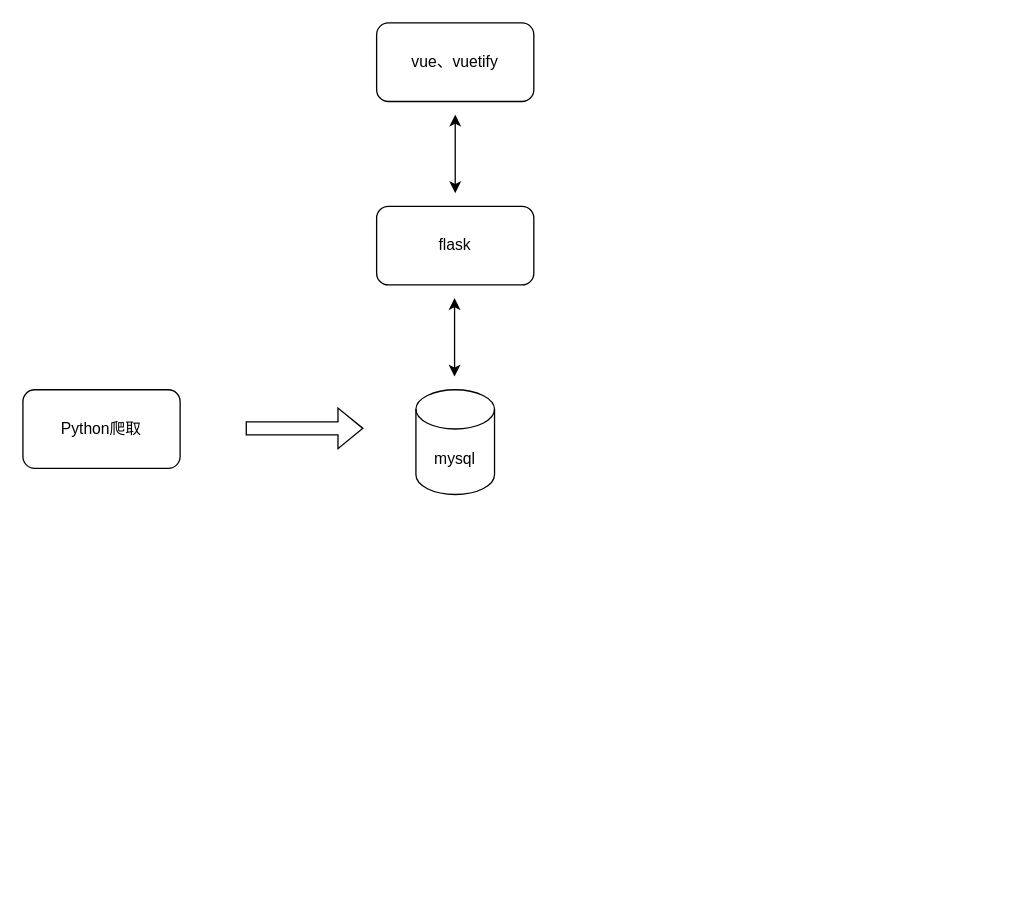
The draw.io diagram FLASK/vue+flask架构.drawio in redcomet88/DRAW, before the edit. Source tidied: cells renumbered, new cells numbered last; positions are measured from the earlier drawing's top-left corner, leaving out a move shared by most shapes. Both pictures are drawn from the tidied source at 131%, with x=0, y=0 at pixel (22, 22).
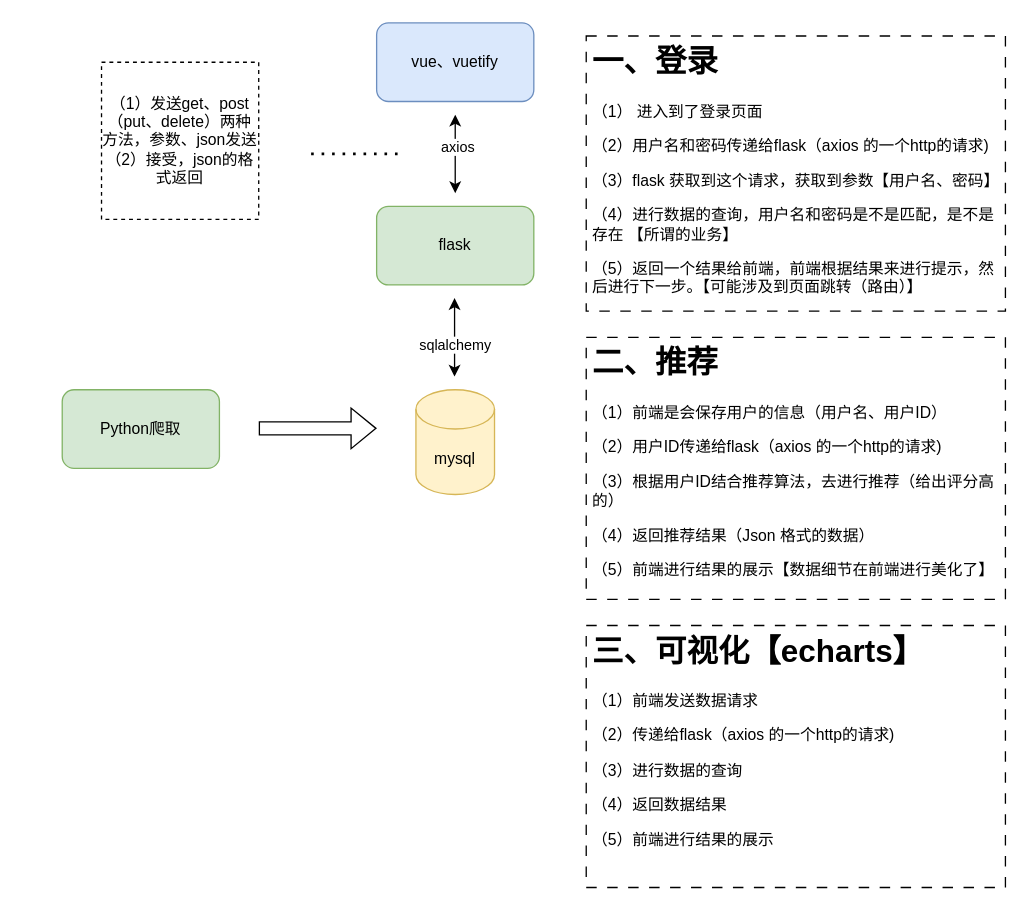
The same page after the edit.

Unchanged cells that the change refers to:
```xml
<mxCell id="7" style="endArrow=classic;startArrow=classic;html=1;rounded=0;" parent="1" edge="1">
  <mxGeometry relative="1" as="geometry">
    <mxPoint x="329.5" y="270" as="sourcePoint" />
    <mxPoint x="329.5" y="210" as="targetPoint" />
  </mxGeometry>
</mxCell>
<mxCell id="8" style="endArrow=classic;startArrow=classic;html=1;rounded=0;" parent="1" edge="1">
  <mxGeometry relative="1" as="geometry">
    <mxPoint x="330" y="130" as="sourcePoint" />
    <mxPoint x="330" y="70" as="targetPoint" />
  </mxGeometry>
</mxCell>
```

What changed in the source:
```diff
@@
-    <mxCell id="2" value="vue、vuetify" style="rounded=1;whiteSpace=wrap;html=1;" parent="1" vertex="1">
+    <mxCell id="2" value="vue、vuetify" style="rounded=1;whiteSpace=wrap;html=1;fillColor=#dae8fc;strokeColor=#6c8ebf;" parent="1" vertex="1">
       <mxGeometry x="270" width="120" height="60" as="geometry" />
     </mxCell>
-    <mxCell id="3" value="flask" style="rounded=1;whiteSpace=wrap;html=1;" parent="1" vertex="1">
+    <mxCell id="3" value="flask" style="rounded=1;whiteSpace=wrap;html=1;fillColor=#d5e8d4;strokeColor=#82b366;" parent="1" vertex="1">
       <mxGeometry x="270" y="140" width="120" height="60" as="geometry" />
     </mxCell>
-    <mxCell id="4" value="mysql" style="shape=cylinder3;whiteSpace=wrap;html=1;boundedLbl=1;backgroundOutline=1;size=15;" parent="1" vertex="1">
+    <mxCell id="4" value="mysql" style="shape=cylinder3;whiteSpace=wrap;html=1;boundedLbl=1;backgroundOutline=1;size=15;fillColor=#fff2cc;strokeColor=#d6b656;" parent="1" vertex="1">
       <mxGeometry x="300" y="280" width="60" height="80" as="geometry" />
     </mxCell>
-    <mxCell id="5" value="Python爬取" style="rounded=1;whiteSpace=wrap;html=1;" parent="1" vertex="1">
-      <mxGeometry y="280" width="120" height="60" as="geometry" />
+    <mxCell id="5" value="Python爬取" style="rounded=1;whiteSpace=wrap;html=1;fillColor=#d5e8d4;strokeColor=#82b366;" parent="1" vertex="1">
+      <mxGeometry x="30" y="280" width="120" height="60" as="geometry" />
     </mxCell>
     <mxCell id="6" style="shape=flexArrow;endArrow=classic;html=1;rounded=0;" parent="1" edge="1">
       <mxGeometry relative="1" as="geometry">
-        <mxPoint x="170" y="309.5" as="sourcePoint" />
-        <mxPoint x="260" y="309.5" as="targetPoint" />
+        <mxPoint x="180" y="309.5" as="sourcePoint" />
+        <mxPoint x="270" y="309.5" as="targetPoint" />
       </mxGeometry>
     </mxCell>
@@
+    <mxCell id="9" value="sqlalchemy" style="edgeLabel;html=1;align=center;verticalAlign=middle;" parent="7" vertex="1">
+      <mxGeometry x="-0.15" y="1" relative="1" as="geometry">
+        <mxPoint x="1" y="1" as="offset" />
+      </mxGeometry>
+    </mxCell>
@@
+    <mxCell id="10" value="axios" style="edgeLabel;html=1;align=center;verticalAlign=middle;" parent="8" vertex="1">
+      <mxGeometry x="0.2" y="-1" relative="1" as="geometry" />
+    </mxCell>
+    <mxCell id="11" value="&lt;h1&gt;一、登录&lt;/h1&gt;&lt;p&gt;（1） 进入到了登录页面&lt;/p&gt;&lt;p&gt;（2）用户名和密码传递给flask（axios 的一个http的请求)&lt;/p&gt;&lt;p&gt;（3）flask 获取到这个请求，获取到参数【用户名、密码】&lt;/p&gt;&lt;p&gt;（4）进行数据的查询，用户名和密码是不是匹配，是不是存在 【所谓的业务】&amp;nbsp;&lt;/p&gt;&lt;p&gt;（5）返回一个结果给前端，前端根据结果来进行提示，然后进行下一步。【可能涉及到页面跳转（路由）】&lt;/p&gt;" style="text;html=1;strokeColor=default;fillColor=none;spacing=5;spacingTop=-20;whiteSpace=wrap;overflow=hidden;rounded=0;dashed=1;dashPattern=8 8;" parent="1" vertex="1">
+      <mxGeometry x="430" y="10" width="320" height="210" as="geometry" />
+    </mxCell>
+    <mxCell id="12" style="endArrow=none;dashed=1;html=1;dashPattern=1 3;strokeWidth=2;rounded=0;" parent="1" edge="1">
+      <mxGeometry relative="1" as="geometry">
+        <mxPoint x="220" y="100" as="sourcePoint" />
+        <mxPoint x="290" y="100" as="targetPoint" />
+      </mxGeometry>
+    </mxCell>
+    <mxCell id="13" value="（1）发送get、post（put、delete）两种方法，参数、json发送&lt;br&gt;（2）接受，json的格式返回" style="rounded=0;whiteSpace=wrap;html=1;dashed=1;" parent="1" vertex="1">
+      <mxGeometry x="60" y="30" width="120" height="120" as="geometry" />
+    </mxCell>
+    <mxCell id="14" value="&lt;h1&gt;二、推荐&lt;/h1&gt;&lt;p&gt;（1）前端是会保存用户的信息（用户名、用户ID）&lt;/p&gt;&lt;p&gt;（2）用户ID传递给flask（axios 的一个http的请求)&lt;/p&gt;&lt;p&gt;（3）根据用户ID结合推荐算法，去进行推荐（给出评分高的）&lt;/p&gt;&lt;p&gt;（4）返回推荐结果（Json 格式的数据）&lt;/p&gt;&lt;p&gt;（5）前端进行结果的展示【数据细节在前端进行美化了】&lt;/p&gt;" style="text;html=1;strokeColor=default;fillColor=none;spacing=5;spacingTop=-20;whiteSpace=wrap;overflow=hidden;rounded=0;dashed=1;dashPattern=8 8;" parent="1" vertex="1">
+      <mxGeometry x="430" y="240" width="320" height="200" as="geometry" />
+    </mxCell>
+    <mxCell id="15" value="&lt;h1&gt;三、可视化【echarts】&lt;/h1&gt;&lt;p&gt;（1）前端发送数据请求&lt;/p&gt;&lt;p&gt;（2）传递给flask（axios 的一个http的请求)&lt;/p&gt;&lt;p&gt;（3）进行数据的查询&lt;/p&gt;&lt;p&gt;（4）返回数据结果&lt;/p&gt;&lt;p&gt;（5）前端进行结果的展示&lt;/p&gt;" style="text;html=1;strokeColor=default;fillColor=none;spacing=5;spacingTop=-20;whiteSpace=wrap;overflow=hidden;rounded=0;dashed=1;dashPattern=8 8;" parent="1" vertex="1">
+      <mxGeometry x="430" y="460" width="320" height="200" as="geometry" />
+    </mxCell>
```
